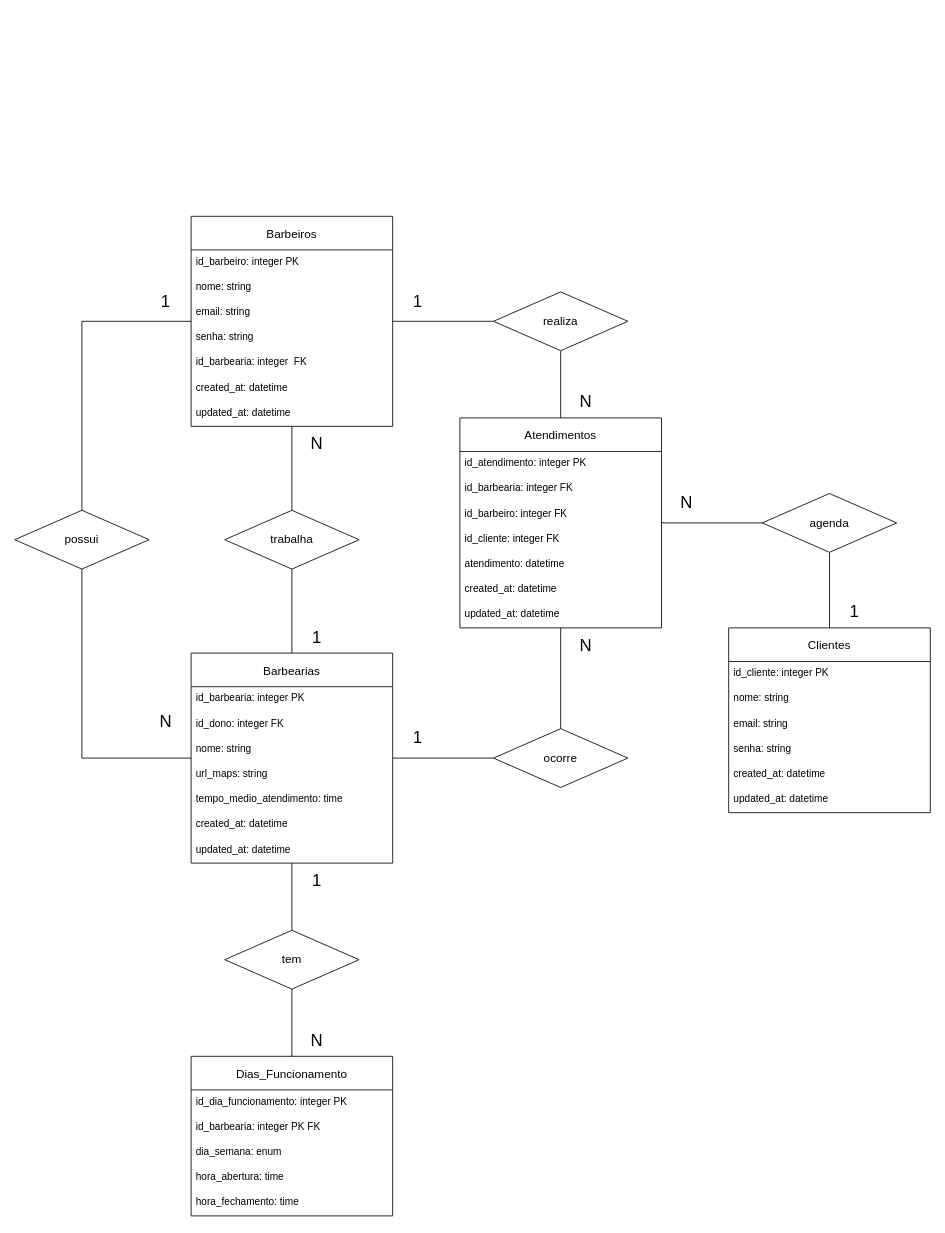
Earlier version of the draw.io diagram documentation/DER.drawio (Gmmbr10/urban-cut). Source tidied: cells renumbered, new cells numbered last; positions are measured from the earlier drawing's top-left corner, leaving out a move shared by most shapes. Both pictures are drawn from the tidied source at 84%, with x=0, y=0 at pixel (14, 216).
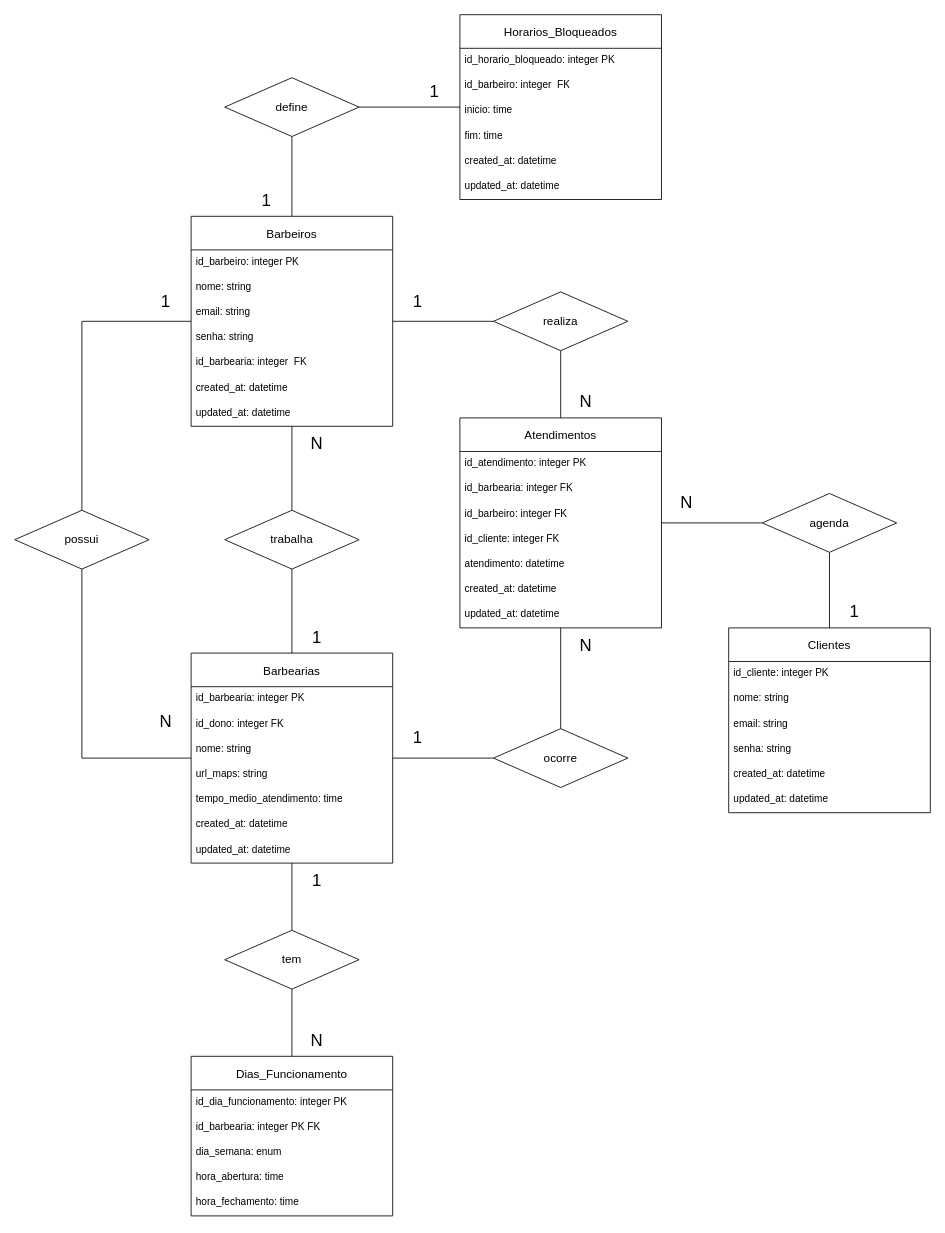
The same page after the edit.

Commit message (it also covers changes not shown here):
docs(DER):feat(database): adicionando os horarios de não atendimento do barbeiro (horarios_bloqueados)

Unchanged cells that the change refers to:
```xml
<mxCell id="4" value="Barbeiros" style="swimlane;fontStyle=0;horizontal=1;startSize=40;align=center;fontSize=14;" parent="1" vertex="1">
  <mxGeometry x="210" width="240" height="250" as="geometry" />
</mxCell>
```

The edit, as a diff of the source:
```diff
@@
+    <mxCell id="69" style="edgeStyle=orthogonalEdgeStyle;rounded=0;jettySize=auto;html=1;endArrow=none;endFill=0;" parent="1" edge="1" source="4" target="78">
+      <mxGeometry relative="1" as="geometry" />
+    </mxCell>
@@
+    <mxCell id="70" value="Horarios_Bloqueados" style="swimlane;fontStyle=0;horizontal=1;startSize=40;align=center;fontSize=14;" parent="1" vertex="1">
+      <mxGeometry x="530" y="-240" width="240" height="220" as="geometry" />
+    </mxCell>
+    <mxCell id="71" value="id_horario_bloqueado: integer PK" style="text;strokeColor=none;fillColor=none;spacingLeft=4;spacingRight=4;overflow=hidden;fontSize=12;whiteSpace=wrap;html=1;" parent="70" vertex="1">
+      <mxGeometry y="40" width="240" height="30" as="geometry" />
+    </mxCell>
+    <mxCell id="72" value="id_barbeiro: integer&amp;nbsp; FK" style="text;strokeColor=none;fillColor=none;spacingLeft=4;spacingRight=4;overflow=hidden;fontSize=12;whiteSpace=wrap;html=1;" parent="70" vertex="1">
+      <mxGeometry y="70" width="240" height="30" as="geometry" />
+    </mxCell>
+    <mxCell id="73" value="inicio: time" style="text;strokeColor=none;fillColor=none;spacingLeft=4;spacingRight=4;overflow=hidden;fontSize=12;whiteSpace=wrap;html=1;" parent="70" vertex="1">
+      <mxGeometry y="100" width="240" height="30" as="geometry" />
+    </mxCell>
+    <mxCell id="74" value="fim: time" style="text;strokeColor=none;fillColor=none;spacingLeft=4;spacingRight=4;overflow=hidden;fontSize=12;whiteSpace=wrap;html=1;" parent="70" vertex="1">
+      <mxGeometry y="130" width="240" height="30" as="geometry" />
+    </mxCell>
+    <mxCell id="75" value="created_at: datetime" style="text;strokeColor=none;fillColor=none;spacingLeft=4;spacingRight=4;overflow=hidden;fontSize=12;whiteSpace=wrap;html=1;" parent="70" vertex="1">
+      <mxGeometry y="160" width="240" height="30" as="geometry" />
+    </mxCell>
+    <mxCell id="76" value="updated_at: datetime" style="text;strokeColor=none;fillColor=none;spacingLeft=4;spacingRight=4;overflow=hidden;fontSize=12;whiteSpace=wrap;html=1;" parent="70" vertex="1">
+      <mxGeometry y="190" width="240" height="30" as="geometry" />
+    </mxCell>
+    <mxCell id="77" style="edgeStyle=orthogonalEdgeStyle;rounded=0;jettySize=auto;html=1;endArrow=none;endFill=0;" parent="1" edge="1" source="78" target="70">
+      <mxGeometry relative="1" as="geometry" />
+    </mxCell>
+    <mxCell id="78" value="define" style="rhombus;whiteSpace=wrap;html=1;fontSize=14;fontStyle=0;startSize=40;horizontal=1;" parent="1" vertex="1">
+      <mxGeometry x="250" y="-165" width="160" height="70" as="geometry" />
+    </mxCell>
+    <mxCell id="79" value="1" style="text;html=1;whiteSpace=wrap;strokeColor=none;fillColor=none;align=center;verticalAlign=middle;rounded=0;fontSize=20;" parent="1" vertex="1">
+      <mxGeometry x="270" y="-40" width="60" height="40" as="geometry" />
+    </mxCell>
+    <mxCell id="80" value="1" style="text;html=1;whiteSpace=wrap;strokeColor=none;fillColor=none;align=center;verticalAlign=middle;rounded=0;fontSize=20;" parent="1" vertex="1">
+      <mxGeometry x="470" y="-170" width="60" height="40" as="geometry" />
+    </mxCell>
```
